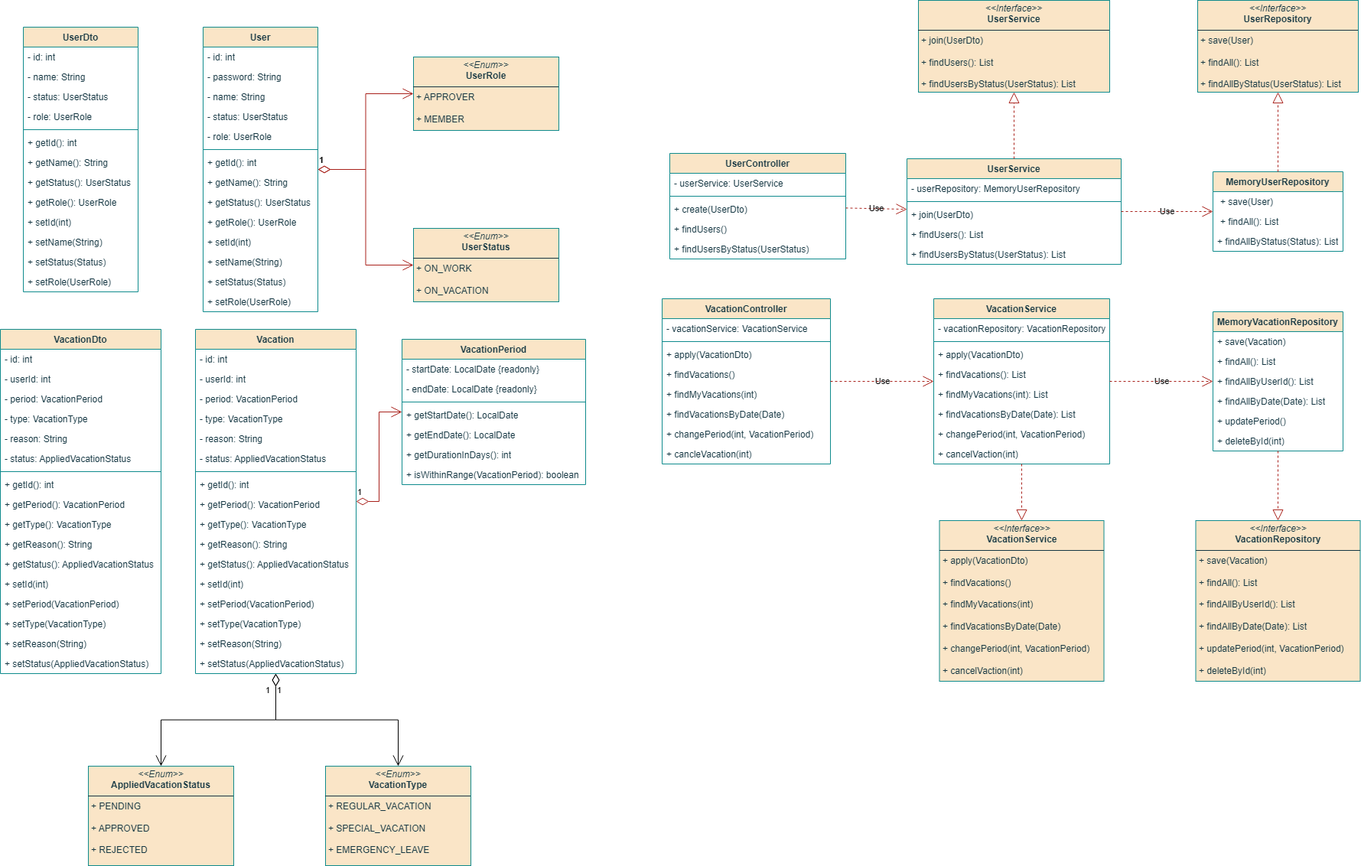
Earlier version of the draw.io export Vacation-Management-System.drawio.png (ojm6135/Vacation-Management-System). Source tidied: cells renumbered, new cells last; positions are measured from the earlier drawing's top-left corner, leaving out a move shared by most shapes.
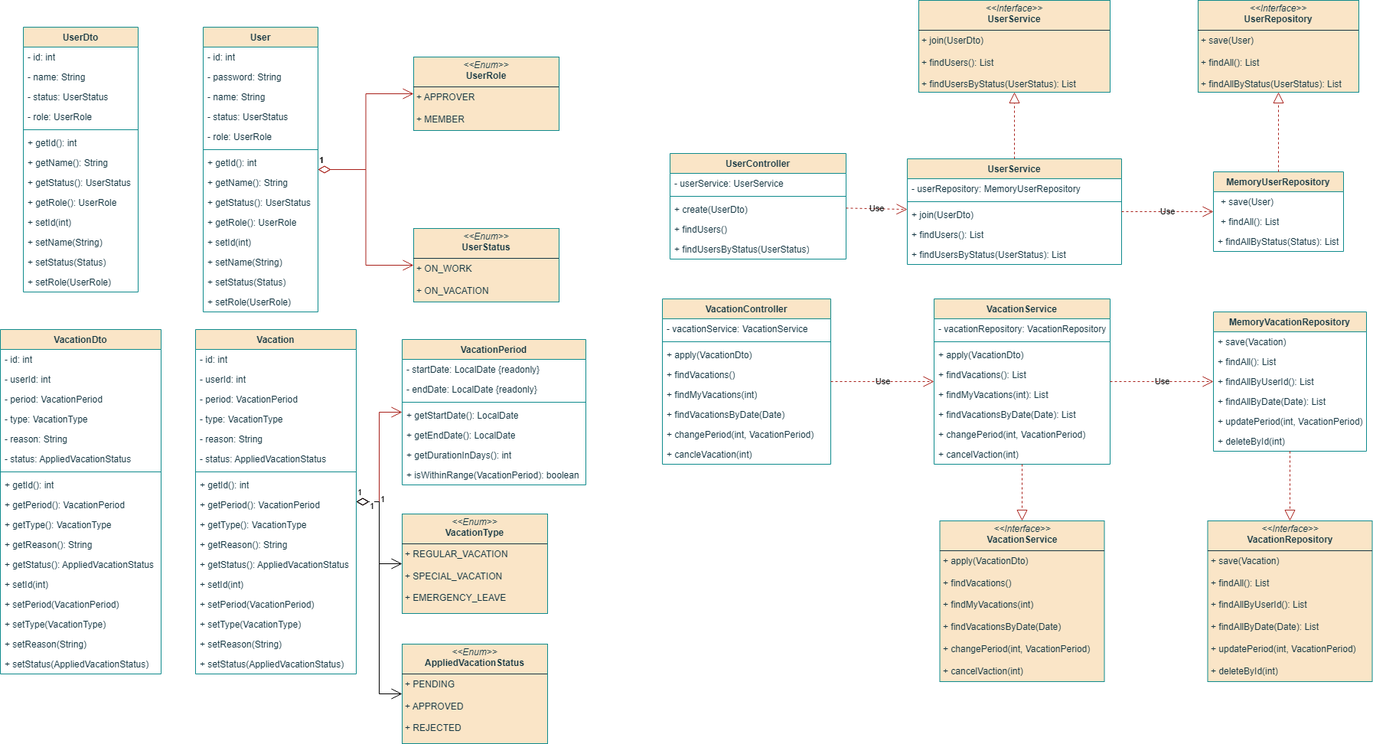
Later version of the same file.

The edit, as a diff of the source:
```diff
@@ -177,25 +177,25 @@
       <mxGeometry y="190" width="230" height="26" as="geometry" />
     </mxCell>
     <mxCell id="60" value="MemoryVacationRepository" style="swimlane;fontStyle=1;align=center;verticalAlign=top;horizontal=1;startSize=26;whiteSpace=wrap;html=1;labelBackgroundColor=none;rounded=0;fillColor=#FAE5C7;strokeColor=#0F8B8D;fontColor=#143642;" parent="1" vertex="1">
-      <mxGeometry x="1585" y="407" width="170" height="182" as="geometry" />
+      <mxGeometry x="1585" y="407" width="200" height="182" as="geometry" />
     </mxCell>
     <mxCell id="61" value="+ save(Vacation)" style="text;strokeColor=none;fillColor=none;align=left;verticalAlign=top;spacingLeft=4;spacingRight=4;overflow=hidden;whiteSpace=wrap;html=1;labelBackgroundColor=none;rounded=0;fontColor=#143642;" parent="60" vertex="1">
-      <mxGeometry y="26" width="170" height="26" as="geometry" />
+      <mxGeometry y="26" width="200" height="26" as="geometry" />
     </mxCell>
     <mxCell id="62" value="+ findAll(): List" style="text;strokeColor=none;fillColor=none;align=left;verticalAlign=top;spacingLeft=4;spacingRight=4;overflow=hidden;whiteSpace=wrap;html=1;labelBackgroundColor=none;rounded=0;fontColor=#143642;" parent="60" vertex="1">
-      <mxGeometry y="52" width="170" height="26" as="geometry" />
+      <mxGeometry y="52" width="200" height="26" as="geometry" />
     </mxCell>
     <mxCell id="63" value="+ findAllByUserId(): List" style="text;strokeColor=none;fillColor=none;align=left;verticalAlign=top;spacingLeft=4;spacingRight=4;overflow=hidden;whiteSpace=wrap;html=1;labelBackgroundColor=none;rounded=0;fontColor=#143642;" parent="60" vertex="1">
-      <mxGeometry y="78" width="170" height="26" as="geometry" />
+      <mxGeometry y="78" width="200" height="26" as="geometry" />
     </mxCell>
     <mxCell id="64" value="+ findAllByDate(Date): List" style="text;strokeColor=none;fillColor=none;align=left;verticalAlign=top;spacingLeft=4;spacingRight=4;overflow=hidden;whiteSpace=wrap;html=1;labelBackgroundColor=none;rounded=0;fontColor=#143642;" parent="60" vertex="1">
-      <mxGeometry y="104" width="170" height="26" as="geometry" />
+      <mxGeometry y="104" width="200" height="26" as="geometry" />
     </mxCell>
-    <mxCell id="65" value="+ updatePeriod()" style="text;strokeColor=none;fillColor=none;align=left;verticalAlign=top;spacingLeft=4;spacingRight=4;overflow=hidden;whiteSpace=wrap;html=1;labelBackgroundColor=none;rounded=0;fontColor=#143642;" parent="60" vertex="1">
-      <mxGeometry y="130" width="170" height="26" as="geometry" />
+    <mxCell id="65" value="+ updatePeriod(int, VacationPeriod)" style="text;strokeColor=none;fillColor=none;align=left;verticalAlign=top;spacingLeft=4;spacingRight=4;overflow=hidden;whiteSpace=wrap;html=1;labelBackgroundColor=none;rounded=0;fontColor=#143642;" parent="60" vertex="1">
+      <mxGeometry y="130" width="200" height="26" as="geometry" />
     </mxCell>
     <mxCell id="66" value="+ deleteById(int)" style="text;strokeColor=none;fillColor=none;align=left;verticalAlign=top;spacingLeft=4;spacingRight=4;overflow=hidden;whiteSpace=wrap;html=1;labelBackgroundColor=none;rounded=0;fontColor=#143642;" parent="60" vertex="1">
-      <mxGeometry y="156" width="170" height="26" as="geometry" />
+      <mxGeometry y="156" width="200" height="26" as="geometry" />
     </mxCell>
     <mxCell id="67" value="VacationController" style="swimlane;fontStyle=1;align=center;verticalAlign=top;horizontal=1;startSize=26;whiteSpace=wrap;html=1;labelBackgroundColor=none;rounded=0;fillColor=#FAE5C7;strokeColor=#0F8B8D;fontColor=#143642;" parent="1" vertex="1">
       <mxGeometry x="865" y="390" width="220" height="216" as="geometry" />
@@ -234,7 +234,7 @@
       <mxGeometry x="1565" width="210" height="120" as="geometry" />
     </mxCell>
     <mxCell id="79" value="&lt;p style=&quot;margin:0px;margin-top:4px;text-align:center;&quot;&gt;&lt;i&gt;&amp;lt;&amp;lt;Interface&amp;gt;&amp;gt;&lt;/i&gt;&lt;br&gt;&lt;b&gt;VacationRepository&lt;/b&gt;&lt;/p&gt;&lt;hr size=&quot;1&quot; style=&quot;border-style:solid;&quot;&gt;&lt;p style=&quot;margin:0px;margin-left:4px;&quot;&gt;+ save(Vacation)&lt;/p&gt;&lt;p style=&quot;margin:0px;margin-left:4px;&quot;&gt;&lt;br&gt;&lt;/p&gt;&lt;p style=&quot;margin:0px;margin-left:4px;&quot;&gt;+ findAll(): List&lt;/p&gt;&lt;p style=&quot;margin:0px;margin-left:4px;&quot;&gt;&lt;br&gt;&lt;/p&gt;&lt;p style=&quot;margin:0px;margin-left:4px;&quot;&gt;+ findAllByUserId(): List&lt;/p&gt;&lt;p style=&quot;margin:0px;margin-left:4px;&quot;&gt;&lt;br&gt;&lt;/p&gt;&lt;p style=&quot;margin:0px;margin-left:4px;&quot;&gt;+ findAllByDate(Date): List&lt;/p&gt;&lt;p style=&quot;margin:0px;margin-left:4px;&quot;&gt;&lt;br&gt;&lt;/p&gt;&lt;p style=&quot;margin:0px;margin-left:4px;&quot;&gt;+ updatePeriod(int, VacationPeriod)&lt;/p&gt;&lt;p style=&quot;margin:0px;margin-left:4px;&quot;&gt;&lt;br&gt;&lt;/p&gt;&lt;p style=&quot;margin:0px;margin-left:4px;&quot;&gt;+ deleteById(int)&lt;/p&gt;" style="verticalAlign=top;align=left;overflow=fill;html=1;whiteSpace=wrap;rounded=0;labelBackgroundColor=none;fillColor=#FAE5C7;strokeColor=#0F8B8D;fontColor=#143642;" parent="1" vertex="1">
-      <mxGeometry x="1562.5" y="680" width="215" height="210" as="geometry" />
+      <mxGeometry x="1577.5" y="680" width="215" height="210" as="geometry" />
     </mxCell>
     <mxCell id="80" value="&lt;p style=&quot;margin:0px;margin-top:4px;text-align:center;&quot;&gt;&lt;i&gt;&amp;lt;&amp;lt;Interface&amp;gt;&amp;gt;&lt;/i&gt;&lt;br&gt;&lt;b&gt;VacationService&lt;/b&gt;&lt;/p&gt;&lt;hr size=&quot;1&quot; style=&quot;border-style:solid;&quot;&gt;&lt;p style=&quot;margin:0px;margin-left:4px;&quot;&gt;+ apply(VacationDto)&lt;br&gt;&lt;/p&gt;&lt;p style=&quot;margin:0px;margin-left:4px;&quot;&gt;&lt;br&gt;&lt;/p&gt;&lt;p style=&quot;margin:0px;margin-left:4px;&quot;&gt;+ findVacations()&lt;/p&gt;&lt;p style=&quot;margin:0px;margin-left:4px;&quot;&gt;&lt;br&gt;&lt;/p&gt;&lt;p style=&quot;margin:0px;margin-left:4px;&quot;&gt;+ findMyVacations(int)&lt;/p&gt;&lt;p style=&quot;margin:0px;margin-left:4px;&quot;&gt;&lt;br&gt;&lt;/p&gt;&lt;p style=&quot;margin:0px;margin-left:4px;&quot;&gt;+ findVacationsByDate(Date)&lt;/p&gt;&lt;p style=&quot;margin:0px;margin-left:4px;&quot;&gt;&lt;br&gt;&lt;/p&gt;&lt;p style=&quot;margin:0px;margin-left:4px;&quot;&gt;+ changePeriod(int, VacationPeriod)&lt;/p&gt;&lt;p style=&quot;margin:0px;margin-left:4px;&quot;&gt;&lt;br&gt;&lt;/p&gt;&lt;p style=&quot;margin:0px;margin-left:4px;&quot;&gt;+ cancelVaction(int)&lt;/p&gt;" style="verticalAlign=top;align=left;overflow=fill;html=1;whiteSpace=wrap;rounded=0;labelBackgroundColor=none;fillColor=#FAE5C7;strokeColor=#0F8B8D;fontColor=#143642;" parent="1" vertex="1">
       <mxGeometry x="1227.5" y="680" width="215" height="210" as="geometry" />
@@ -300,10 +300,10 @@
       <mxGeometry x="-1" y="3" relative="1" as="geometry" />
     </mxCell>
     <mxCell id="101" value="&lt;p style=&quot;margin:0px;margin-top:4px;text-align:center;&quot;&gt;&lt;i&gt;&amp;lt;&amp;lt;Enum&amp;gt;&amp;gt;&lt;/i&gt;&lt;br&gt;&lt;b&gt;VacationType&lt;/b&gt;&lt;/p&gt;&lt;hr size=&quot;1&quot; style=&quot;border-style:solid;&quot;&gt;&lt;p style=&quot;margin:0px;margin-left:4px;&quot;&gt;+ REGULAR_VACATION&lt;/p&gt;&lt;p style=&quot;margin:0px;margin-left:4px;&quot;&gt;&lt;br&gt;&lt;/p&gt;&lt;p style=&quot;margin:0px;margin-left:4px;&quot;&gt;+ SPECIAL_VACATION&lt;/p&gt;&lt;p style=&quot;margin:0px;margin-left:4px;&quot;&gt;&lt;br&gt;&lt;/p&gt;&lt;p style=&quot;margin:0px;margin-left:4px;&quot;&gt;+ EMERGENCY_LEAVE&lt;/p&gt;&lt;p style=&quot;margin:0px;margin-left:4px;&quot;&gt;&lt;br&gt;&lt;/p&gt;" style="verticalAlign=top;align=left;overflow=fill;html=1;whiteSpace=wrap;rounded=0;labelBackgroundColor=none;fillColor=#FAE5C7;strokeColor=#0F8B8D;fontColor=#143642;" parent="1" vertex="1">
-      <mxGeometry x="425" y="1001" width="190" height="130" as="geometry" />
+      <mxGeometry x="525" y="671" width="190" height="130" as="geometry" />
     </mxCell>
     <mxCell id="102" value="&lt;p style=&quot;margin:0px;margin-top:4px;text-align:center;&quot;&gt;&lt;i&gt;&amp;lt;&amp;lt;Enum&amp;gt;&amp;gt;&lt;/i&gt;&lt;br&gt;&lt;b&gt;AppliedVacationStatus&lt;/b&gt;&lt;/p&gt;&lt;hr size=&quot;1&quot; style=&quot;border-style:solid;&quot;&gt;&lt;p style=&quot;margin:0px;margin-left:4px;&quot;&gt;+ PENDING&lt;/p&gt;&lt;p style=&quot;margin:0px;margin-left:4px;&quot;&gt;&lt;br&gt;&lt;/p&gt;&lt;p style=&quot;margin:0px;margin-left:4px;&quot;&gt;+ APPROVED&lt;/p&gt;&lt;p style=&quot;margin:0px;margin-left:4px;&quot;&gt;&lt;br&gt;&lt;/p&gt;&lt;p style=&quot;margin:0px;margin-left:4px;&quot;&gt;+ REJECTED&lt;/p&gt;&lt;p style=&quot;margin:0px;margin-left:4px;&quot;&gt;&lt;br&gt;&lt;/p&gt;" style="verticalAlign=top;align=left;overflow=fill;html=1;whiteSpace=wrap;rounded=0;labelBackgroundColor=none;fillColor=#FAE5C7;strokeColor=#0F8B8D;fontColor=#143642;" parent="1" vertex="1">
-      <mxGeometry x="115" y="1001" width="190" height="130" as="geometry" />
+      <mxGeometry x="525" y="841" width="190" height="130" as="geometry" />
     </mxCell>
     <mxCell id="103" value="1" style="endArrow=open;html=1;endSize=12;startArrow=diamondThin;startSize=14;startFill=0;edgeStyle=orthogonalEdgeStyle;align=left;verticalAlign=bottom;rounded=0;" parent="1" edge="1" source="17" target="102">
       <mxGeometry x="-0.77" relative="1" as="geometry" />
```
